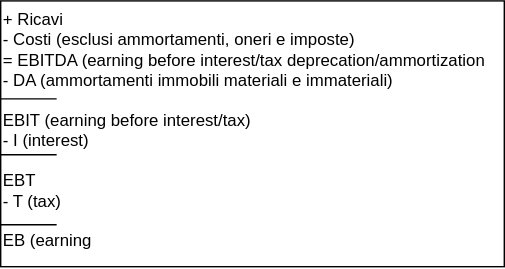
Above: EconomiaAziendale/01_Bilancio/Mappe/CE Riclassificato.svg in asdru22/primo_anno (draw.io), before the change. Source tidied: cells renumbered, new cells last; positions are measured from the earlier drawing's top-left corner, leaving out a move shared by most shapes.
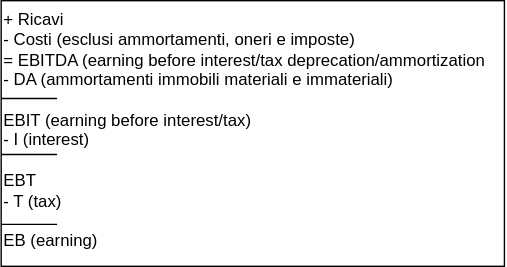
Above is the later version.

Change to the diagram source:
```diff
@@ -2,7 +2,7 @@
   <root>
     <mxCell id="0" />
     <mxCell id="1" parent="0" />
-    <mxCell id="2" value="+ Ricavi&lt;br&gt;- Costi (esclusi ammortamenti, oneri e imposte)&lt;br&gt;= EBITDA (earning before interest/tax deprecation/ammortization&lt;br&gt;- DA (ammortamenti immobili materiali e immateriali)&lt;br&gt;&lt;br&gt;EBIT (earning before interest/tax)&lt;br&gt;- I (interest)&lt;br&gt;&lt;br&gt;EBT&lt;br&gt;- T (tax)&lt;br&gt;&lt;br&gt;EB (earning" style="rounded=0;whiteSpace=wrap;html=1;align=left;verticalAlign=top;fillColor=none;" parent="1" vertex="1">
+    <mxCell id="2" value="+ Ricavi&lt;br&gt;- Costi (esclusi ammortamenti, oneri e imposte)&lt;br&gt;= EBITDA (earning before interest/tax deprecation/ammortization&lt;br&gt;- DA (ammortamenti immobili materiali e immateriali)&lt;br&gt;&lt;br&gt;EBIT (earning before interest/tax)&lt;br&gt;- I (interest)&lt;br&gt;&lt;br&gt;EBT&lt;br&gt;- T (tax)&lt;br&gt;&lt;br&gt;EB (earning)" style="rounded=0;whiteSpace=wrap;html=1;align=left;verticalAlign=top;fillColor=default;" parent="1" vertex="1">
       <mxGeometry width="360" height="190" as="geometry" />
     </mxCell>
     <mxCell id="3" style="endArrow=none;html=1;rounded=0;exitX=0;exitY=0.25;exitDx=0;exitDy=0;" parent="1" edge="1">
```
